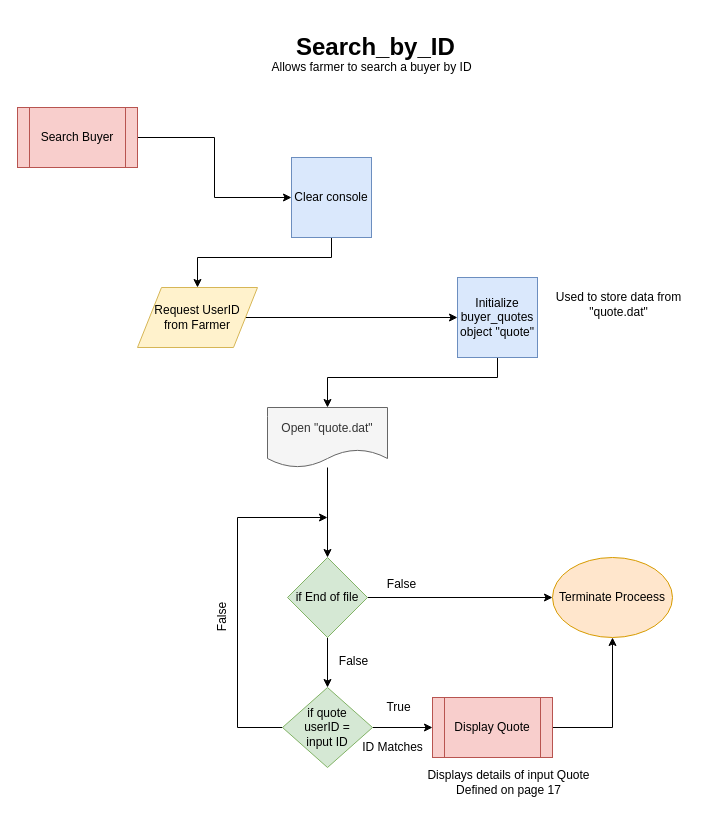
dhruvbanerjee77/FARMHOUSE-A-Marketing-Portal keeps this draw.io diagram as Flow Charts/14. Search by ID.drawio. Above is the earlier version. Source tidied: cells renumbered, new cells numbered last; positions are measured from the earlier drawing's top-left corner, leaving out a move shared by most shapes. Both pictures are drawn from the tidied source at 100%, with x=0, y=0 at pixel (17, 27).
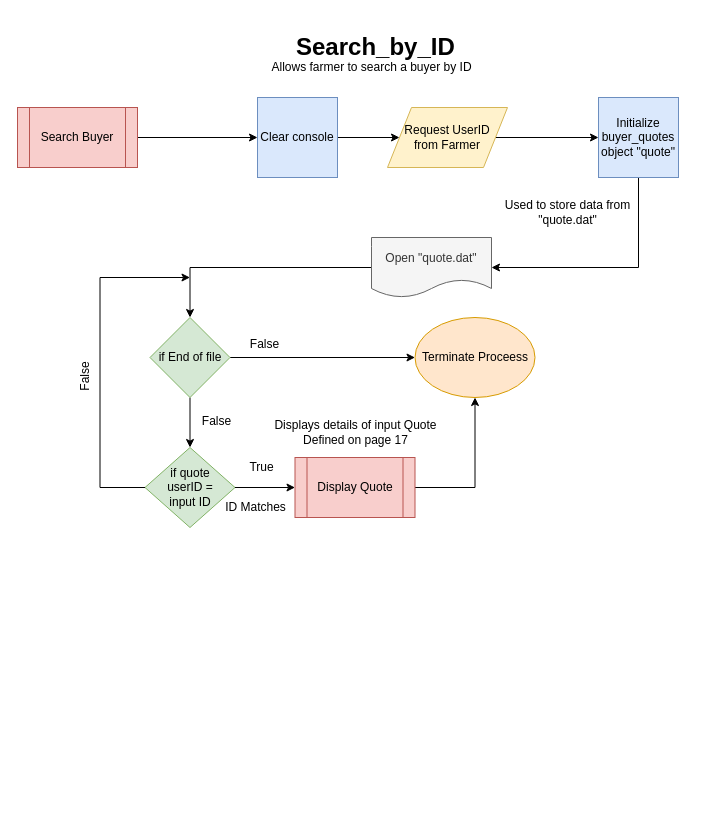
The same page after the edit.

The edit, as a diff of the source:
```diff
@@
     <mxCell id="4" style="edgeStyle=orthogonalEdgeStyle;rounded=0;jettySize=auto;html=1;" parent="1" edge="1" source="5" target="7">
-      <mxGeometry relative="1" as="geometry">
-        <Array as="points">
-          <mxPoint x="314" y="230" />
-          <mxPoint x="180" y="230" />
-        </Array>
-      </mxGeometry>
+      <mxGeometry relative="1" as="geometry" />
     </mxCell>
     <mxCell id="5" value="Clear console" style="whiteSpace=wrap;html=1;fillColor=#dae8fc;strokeColor=#6c8ebf;" parent="1" vertex="1">
-      <mxGeometry x="274" y="130" width="80" height="80" as="geometry" />
+      <mxGeometry x="240" y="70" width="80" height="80" as="geometry" />
     </mxCell>
@@
     <mxCell id="7" value="Request UserID from Farmer" style="shape=parallelogram;perimeter=parallelogramPerimeter;whiteSpace=wrap;html=1;spacingLeft=15;spacingRight=15;fillColor=#fff2cc;strokeColor=#d6b656;" parent="1" vertex="1">
-      <mxGeometry x="120" y="260" width="120" height="60" as="geometry" />
+      <mxGeometry x="370" y="80" width="120" height="60" as="geometry" />
     </mxCell>
-    <mxCell id="8" style="edgeStyle=orthogonalEdgeStyle;rounded=0;jettySize=auto;html=1;entryX=0.5;entryY=0;entryDx=0;entryDy=0;" parent="1" edge="1" source="9" target="11">
+    <mxCell id="8" style="edgeStyle=orthogonalEdgeStyle;rounded=0;jettySize=auto;html=1;entryX=1;entryY=0.5;entryDx=0;entryDy=0;" parent="1" edge="1" source="9" target="11">
       <mxGeometry relative="1" as="geometry">
         <Array as="points">
-          <mxPoint x="480" y="350" />
-          <mxPoint x="310" y="350" />
+          <mxPoint x="621" y="240" />
         </Array>
       </mxGeometry>
     </mxCell>
     <mxCell id="9" value="Initialize buyer_quotes object &quot;quote&quot;" style="whiteSpace=wrap;html=1;fillColor=#dae8fc;strokeColor=#6c8ebf;" parent="1" vertex="1">
-      <mxGeometry x="440" y="250" width="80" height="80" as="geometry" />
+      <mxGeometry x="581" y="70" width="80" height="80" as="geometry" />
     </mxCell>
@@
     <mxCell id="11" value="Open &quot;quote.dat&quot;" style="shape=document;whiteSpace=wrap;html=1;boundedLbl=1;fillColor=#f5f5f5;strokeColor=#666666;fontColor=#333333;" parent="1" vertex="1">
-      <mxGeometry x="250" y="380" width="120" height="60" as="geometry" />
+      <mxGeometry x="354" y="210" width="120" height="60" as="geometry" />
     </mxCell>
@@
     <mxCell id="14" value="if End of file" style="rhombus;whiteSpace=wrap;html=1;fillColor=#d5e8d4;strokeColor=#82b366;" parent="1" vertex="1">
-      <mxGeometry x="270" y="530" width="80" height="80" as="geometry" />
+      <mxGeometry x="132.5" y="290" width="80" height="80" as="geometry" />
     </mxCell>
     <mxCell id="15" style="edgeStyle=orthogonalEdgeStyle;rounded=0;jettySize=auto;html=1;" parent="1" edge="1" source="17">
       <mxGeometry relative="1" as="geometry">
-        <mxPoint x="310" y="490" as="targetPoint" />
+        <mxPoint x="172.5" y="250" as="targetPoint" />
         <Array as="points">
-          <mxPoint x="220" y="700" />
-          <mxPoint x="220" y="490" />
+          <mxPoint x="82.5" y="460" />
+          <mxPoint x="82.5" y="250" />
         </Array>
       </mxGeometry>
     </mxCell>
@@
     <mxCell id="17" value="if quote userID = input ID" style="rhombus;whiteSpace=wrap;html=1;strokeWidth=1;spacingLeft=15;spacingRight=15;fillColor=#d5e8d4;strokeColor=#82b366;" parent="1" vertex="1">
-      <mxGeometry x="265" y="660" width="90" height="80" as="geometry" />
+      <mxGeometry x="127.5" y="420" width="90" height="80" as="geometry" />
     </mxCell>
     <mxCell id="18" style="edgeStyle=orthogonalEdgeStyle;rounded=0;jettySize=auto;html=1;entryX=0.5;entryY=1;entryDx=0;entryDy=0;" parent="1" edge="1" source="19" target="20">
       <mxGeometry relative="1" as="geometry">
         <Array as="points">
-          <mxPoint x="595" y="700" />
+          <mxPoint x="457.5" y="460" />
         </Array>
       </mxGeometry>
     </mxCell>
     <mxCell id="19" value="Display Quote" style="shape=process;whiteSpace=wrap;html=1;backgroundOutline=1;strokeWidth=1;fillColor=#f8cecc;strokeColor=#b85450;" parent="1" vertex="1">
-      <mxGeometry x="415" y="670" width="120" height="60" as="geometry" />
+      <mxGeometry x="277.5" y="430" width="120" height="60" as="geometry" />
     </mxCell>
     <mxCell id="20" value="Terminate Proceess" style="ellipse;whiteSpace=wrap;html=1;fillColor=#ffe6cc;strokeColor=#d79b00;" parent="1" vertex="1">
-      <mxGeometry x="535" y="530" width="120" height="80" as="geometry" />
+      <mxGeometry x="397.5" y="290" width="120" height="80" as="geometry" />
     </mxCell>
@@
     <mxCell id="23" value="False" style="text;html=1;align=center;verticalAlign=middle;" parent="1" vertex="1">
-      <mxGeometry x="311" y="624" width="50" height="20" as="geometry" />
+      <mxGeometry x="173.5" y="384" width="50" height="20" as="geometry" />
     </mxCell>
     <mxCell id="24" value="ID Matches" style="text;html=1;align=center;verticalAlign=middle;" parent="1" vertex="1">
-      <mxGeometry x="335" y="710" width="80" height="20" as="geometry" />
+      <mxGeometry x="197.5" y="470" width="80" height="20" as="geometry" />
     </mxCell>
     <mxCell id="25" value="True" style="text;html=1;align=center;verticalAlign=middle;" parent="1" vertex="1">
-      <mxGeometry x="361" y="670" width="40" height="20" as="geometry" />
+      <mxGeometry x="223.5" y="430" width="40" height="20" as="geometry" />
     </mxCell>
     <mxCell id="26" value="False" style="text;html=1;align=center;verticalAlign=middle;" parent="1" vertex="1">
-      <mxGeometry x="359" y="547" width="50" height="20" as="geometry" />
+      <mxGeometry x="221.5" y="307" width="50" height="20" as="geometry" />
     </mxCell>
     <mxCell id="27" value="False" style="text;html=1;align=center;verticalAlign=middle;rotation=270;" parent="1" vertex="1">
-      <mxGeometry x="180" y="580" width="50" height="20" as="geometry" />
+      <mxGeometry x="42.5" y="340" width="50" height="20" as="geometry" />
     </mxCell>
     <mxCell id="28" value="Used to store data from &lt;br&gt;&quot;quote.dat&quot;" style="text;html=1;align=center;verticalAlign=middle;" parent="1" vertex="1">
-      <mxGeometry x="531" y="262" width="140" height="30" as="geometry" />
+      <mxGeometry x="480" y="170" width="140" height="30" as="geometry" />
     </mxCell>
     <mxCell id="29" value="Displays details of input Quote&lt;br&gt;Defined on page 17" style="text;html=1;align=center;verticalAlign=middle;" parent="1" vertex="1">
-      <mxGeometry x="401" y="740" width="180" height="30" as="geometry" />
+      <mxGeometry x="247.5" y="390" width="180" height="30" as="geometry" />
     </mxCell>
```
